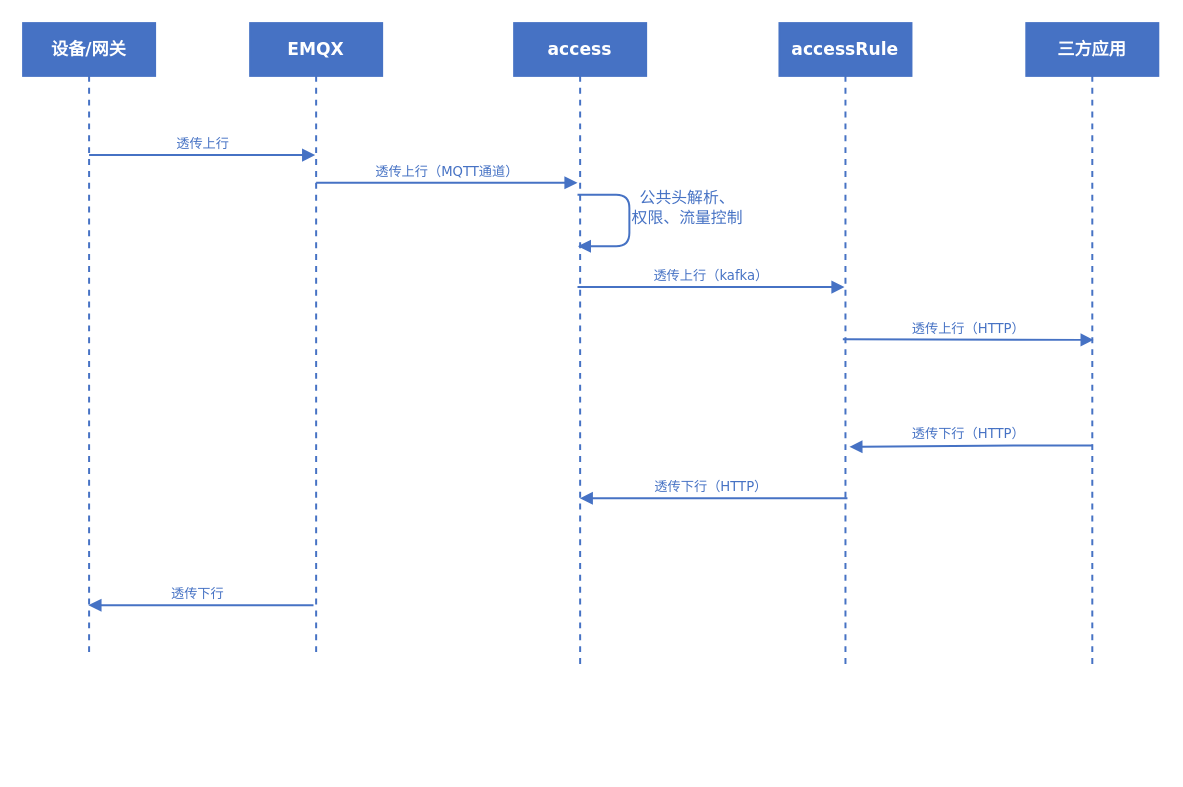
This is root/Topic透传.drawio from yzzh9/yzzh9, a draw.io file, before an edit. Source tidied: cells renumbered, new cells numbered last; positions are measured from the earlier drawing's top-left corner, leaving out a move shared by most shapes. Both pictures are drawn from the tidied source at 132%, with x=0, y=0 at pixel (22, 22).
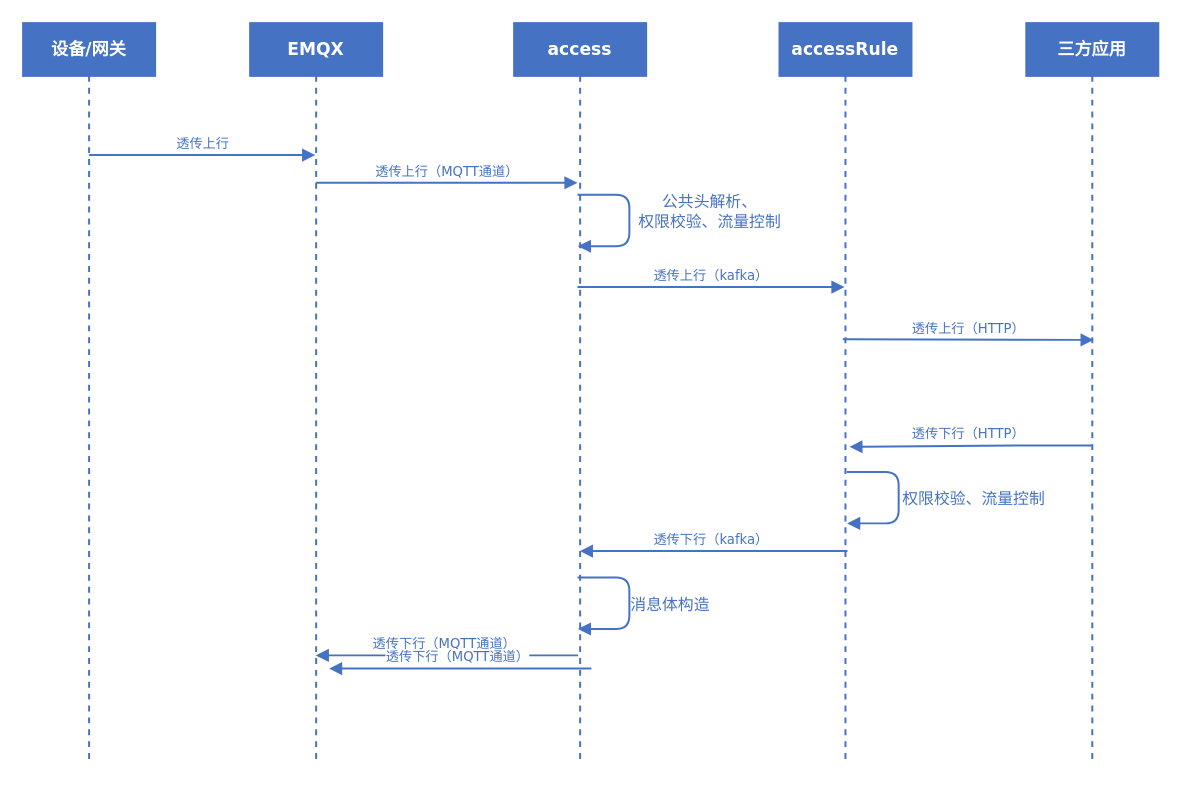
The same diagram, later.

The edit, as a diff of the source:
```diff
@@
     <mxCell id="2" value="EMQX" style="shape=umlLifeline;perimeter=lifelinePerimeter;whiteSpace=wrap;html=1;outlineConnect=0;shadow=0;comic=0;labelBackgroundColor=none;strokeWidth=1.5;fontFamily=Verdana;fontSize=13;align=center;fontColor=#ffffff;fontStyle=1;fillColor=#4672C4;sketch=0;rounded=0;glass=0;strokeColor=#4672C4;" parent="1" vertex="1">
-      <mxGeometry x="172" width="100" height="480" as="geometry" />
+      <mxGeometry x="172" width="100" height="560" as="geometry" />
     </mxCell>
     <mxCell id="3" value="access" style="shape=umlLifeline;perimeter=lifelinePerimeter;whiteSpace=wrap;html=1;outlineConnect=0;shadow=0;comic=0;labelBackgroundColor=none;strokeWidth=1.5;fontFamily=Verdana;fontSize=13;align=center;fontColor=#ffffff;fontStyle=1;fillColor=#4672C4;sketch=0;rounded=0;glass=0;strokeColor=#4672C4;" parent="1" vertex="1">
-      <mxGeometry x="372" width="100" height="490" as="geometry" />
+      <mxGeometry x="372" width="100" height="560" as="geometry" />
     </mxCell>
     <mxCell id="4" value="设备/网关" style="shape=umlLifeline;perimeter=lifelinePerimeter;whiteSpace=wrap;html=1;shadow=0;comic=0;labelBackgroundColor=none;strokeWidth=1.5;fontFamily=Verdana;fontSize=13;align=center;fontColor=#ffffff;fontStyle=1;fillColor=#4672C4;sketch=0;rounded=0;glass=0;strokeColor=#4672C4;" parent="1" vertex="1">
-      <mxGeometry width="100" height="480" as="geometry" />
+      <mxGeometry width="100" height="560" as="geometry" />
     </mxCell>
@@
-    <mxCell id="7" value="透传下行" style="html=1;verticalAlign=bottom;endArrow=block;fontFamily=Verdana;fontSize=10;strokeWidth=1.5;fontColor=#4672C4;strokeColor=#4672C4;" parent="1" edge="1">
+    <mxCell id="7" value="透传下行（MQTT通道）" style="html=1;verticalAlign=bottom;endArrow=block;fontFamily=Verdana;fontSize=10;strokeWidth=1.5;fontColor=#4672C4;strokeColor=#4672C4;" parent="1" edge="1" target="2">
       <mxGeometry x="0.04" relative="1" as="geometry">
-        <mxPoint x="220" y="441" as="sourcePoint" />
-        <mxPoint x="49.5" y="441" as="targetPoint" />
+        <mxPoint x="420.5" y="479" as="sourcePoint" />
         <Array as="points">
-          <mxPoint x="170" y="441" />
+          <mxPoint x="370.5" y="479" />
         </Array>
         <mxPoint x="1" as="offset" />
       </mxGeometry>
     </mxCell>
     <mxCell id="8" value="accessRule" style="shape=umlLifeline;perimeter=lifelinePerimeter;whiteSpace=wrap;html=1;outlineConnect=0;shadow=0;comic=0;labelBackgroundColor=none;strokeWidth=1.5;fontFamily=Verdana;fontSize=13;align=center;fontColor=#ffffff;fontStyle=1;fillColor=#4672C4;sketch=0;rounded=0;glass=0;strokeColor=#4672C4;" parent="1" vertex="1">
-      <mxGeometry x="573" width="100" height="490" as="geometry" />
+      <mxGeometry x="573" width="100" height="560" as="geometry" />
     </mxCell>
-    <mxCell id="9" value="公共头解析、&lt;br&gt;权限、流量控制" style="html=1;verticalAlign=bottom;endArrow=block;labelBackgroundColor=none;fontFamily=Verdana;fontSize=12;elbow=vertical;edgeStyle=orthogonalEdgeStyle;exitX=1.066;exitY=0.713;exitPerimeter=0;sketch=0;shadow=0;rounded=1;strokeColor=#4672C4;fontColor=#4672C4;strokeWidth=1.5;" parent="1" edge="1">
-      <mxGeometry x="0.13" y="44" relative="1" as="geometry">
+    <mxCell id="9" value="公共头解析、&lt;br&gt;权限校验、流量控制" style="html=1;verticalAlign=bottom;endArrow=block;labelBackgroundColor=none;fontFamily=Verdana;fontSize=12;elbow=vertical;edgeStyle=orthogonalEdgeStyle;exitX=1.066;exitY=0.713;exitPerimeter=0;sketch=0;shadow=0;rounded=1;strokeColor=#4672C4;fontColor=#4672C4;strokeWidth=1.5;" parent="1" edge="1">
+      <mxGeometry x="0.18" y="61" relative="1" as="geometry">
         <mxPoint x="420" y="130" as="sourcePoint" />
         <mxPoint x="420.3" y="169" as="targetPoint" />
         <Array as="points">
           <mxPoint x="459.3" y="130" />
           <mxPoint x="459.3" y="169" />
         </Array>
       </mxGeometry>
     </mxCell>
@@
     <mxCell id="11" value="三方应用" style="shape=umlLifeline;perimeter=lifelinePerimeter;whiteSpace=wrap;html=1;shadow=0;comic=0;labelBackgroundColor=none;strokeWidth=1.5;fontFamily=Verdana;fontSize=13;align=center;fontColor=#ffffff;fontStyle=1;fillColor=#4672C4;sketch=0;rounded=0;glass=0;strokeColor=#4672C4;" parent="1" vertex="1">
-      <mxGeometry x="760" width="100" height="490" as="geometry" />
+      <mxGeometry x="760" width="100" height="560" as="geometry" />
     </mxCell>
@@
-    <mxCell id="14" value="透传下行（HTTP）" style="html=1;verticalAlign=bottom;endArrow=block;fontFamily=Verdana;fontSize=10;strokeWidth=1.5;fontColor=#4672C4;strokeColor=#4672C4;" parent="1" edge="1" target="3">
+    <mxCell id="14" value="透传下行（kafka）" style="html=1;verticalAlign=bottom;endArrow=block;fontFamily=Verdana;fontSize=10;strokeWidth=1.5;fontColor=#4672C4;strokeColor=#4672C4;" parent="1" edge="1">
       <mxGeometry x="0.04" relative="1" as="geometry">
-        <mxPoint x="624.5" y="360" as="sourcePoint" />
+        <mxPoint x="624.5" y="400" as="sourcePoint" />
+        <mxPoint x="421.8" y="400" as="targetPoint" />
         <Array as="points">
-          <mxPoint x="574.5" y="360" />
+          <mxPoint x="574.5" y="400" />
         </Array>
         <mxPoint x="1" as="offset" />
       </mxGeometry>
     </mxCell>
+    <mxCell id="15" value="权限校验、流量控制" style="html=1;verticalAlign=bottom;endArrow=block;labelBackgroundColor=none;fontFamily=Verdana;fontSize=12;elbow=vertical;edgeStyle=orthogonalEdgeStyle;exitX=1.066;exitY=0.713;exitPerimeter=0;sketch=0;shadow=0;rounded=1;strokeColor=#4672C4;fontColor=#4672C4;strokeWidth=1.5;" parent="1" edge="1">
+      <mxGeometry x="0.18" y="57" relative="1" as="geometry">
+        <mxPoint x="624" y="340" as="sourcePoint" />
+        <mxPoint x="624.3" y="379" as="targetPoint" />
+        <Array as="points">
+          <mxPoint x="663.3" y="340" />
+          <mxPoint x="663.3" y="379" />
+        </Array>
+      </mxGeometry>
+    </mxCell>
+    <mxCell id="16" value="消息体构造" style="html=1;verticalAlign=bottom;endArrow=block;labelBackgroundColor=none;fontFamily=Verdana;fontSize=12;elbow=vertical;edgeStyle=orthogonalEdgeStyle;exitX=1.066;exitY=0.713;exitPerimeter=0;sketch=0;shadow=0;rounded=1;strokeColor=#4672C4;fontColor=#4672C4;strokeWidth=1.5;" parent="1" edge="1">
+      <mxGeometry x="0.18" y="31" relative="1" as="geometry">
+        <mxPoint x="420" y="420" as="sourcePoint" />
+        <mxPoint x="420.3" y="459" as="targetPoint" />
+        <Array as="points">
+          <mxPoint x="459.3" y="420" />
+          <mxPoint x="459.3" y="459" />
+        </Array>
+      </mxGeometry>
+    </mxCell>
+    <mxCell id="17" value="透传下行（MQTT通道）" style="html=1;verticalAlign=bottom;endArrow=block;fontFamily=Verdana;fontSize=10;strokeWidth=1.5;fontColor=#4672C4;strokeColor=#4672C4;" parent="1" edge="1">
+      <mxGeometry x="0.04" relative="1" as="geometry">
+        <mxPoint x="430.5" y="489" as="sourcePoint" />
+        <mxPoint x="231.8" y="489" as="targetPoint" />
+        <Array as="points">
+          <mxPoint x="380.5" y="489" />
+        </Array>
+        <mxPoint x="1" as="offset" />
+      </mxGeometry>
+    </mxCell>
```
